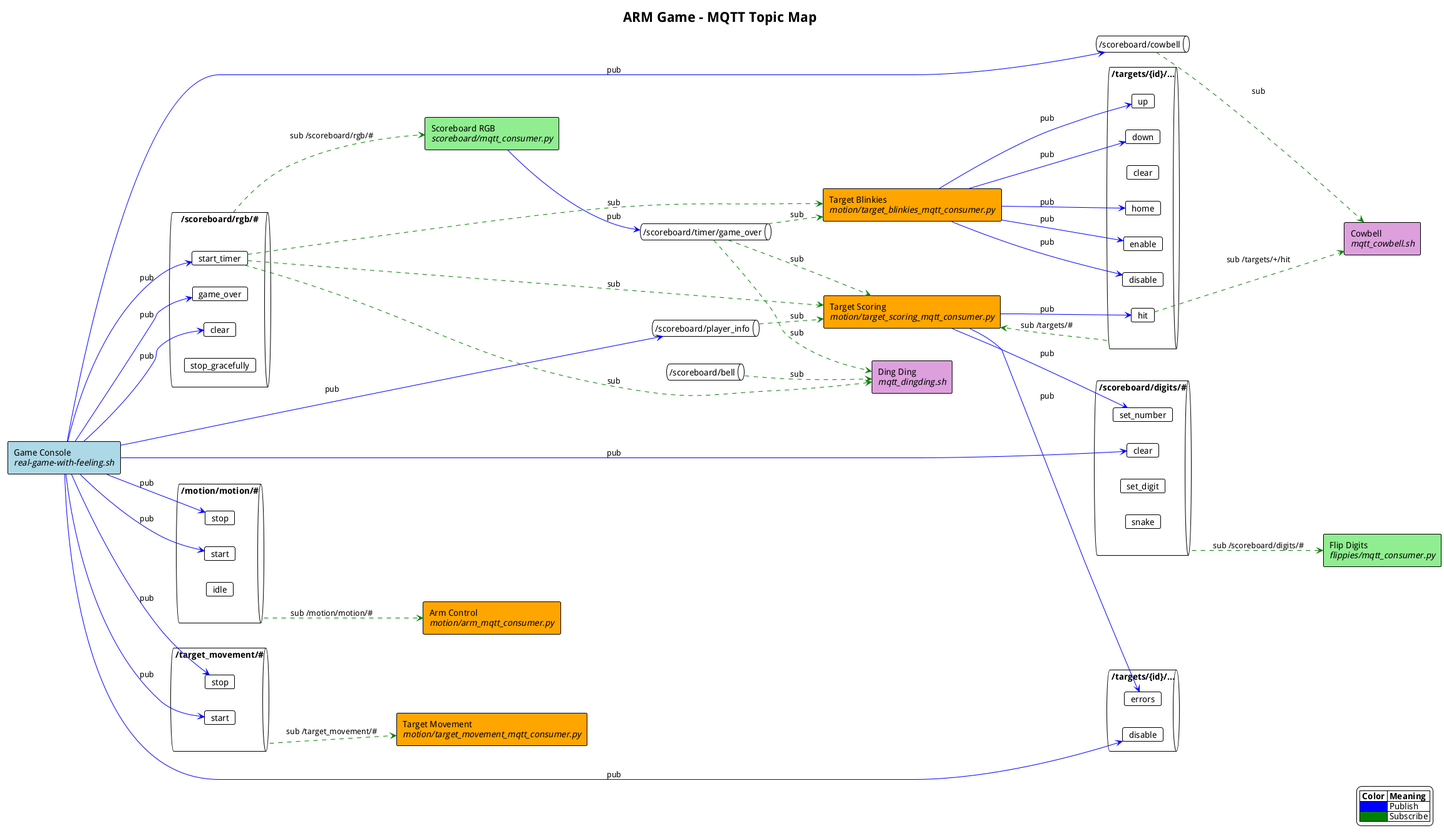
This is docs/MQTT Topic Map.png from PawprintPrototyping/arm-game, a PlantUML export, as it was before one commit.
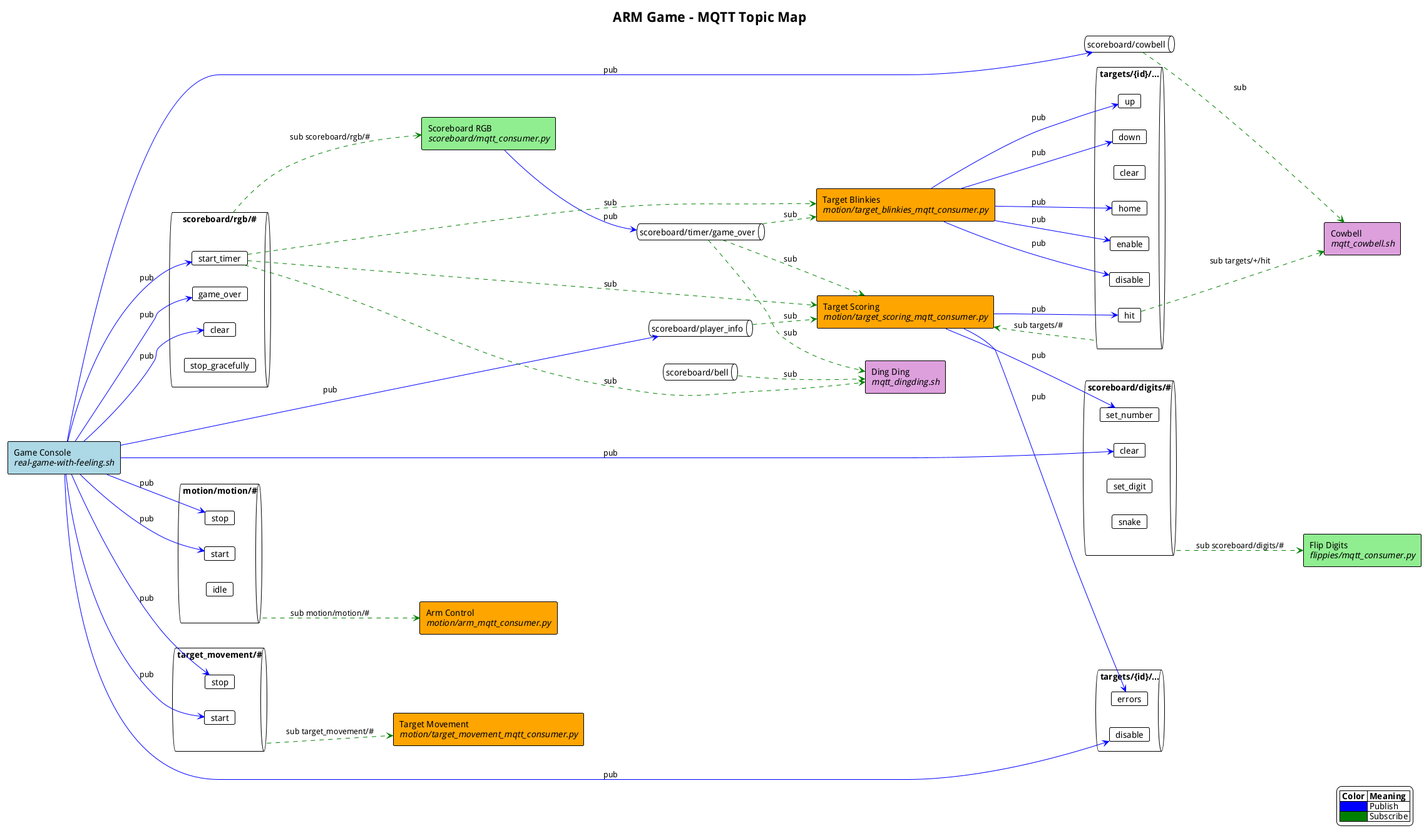
The same file after the commit.

Commit message:
Generate PNGs for PlantUML diagrams

Diff of the diagram source:
```diff
@@ -14,38 +14,38 @@
 rectangle "Cowbell\n//mqtt_cowbell.sh//" as Cowbell #Plum
 rectangle "Ding Ding\n//mqtt_dingding.sh//" as DingDing #Plum
 
-queue "/scoreboard/rgb/#" as rgb_topic {
+queue "scoreboard/rgb/#" as rgb_topic {
   card "clear" as rgb_clear
   card "start_timer" as rgb_start
   card "game_over" as rgb_gameover
   card "stop_gracefully" as rgb_stop
 }
 
-queue "/scoreboard/digits/#" as digits_topic {
+queue "scoreboard/digits/#" as digits_topic {
   card "clear" as dig_clear
   card "set_number" as dig_setnum
   card "set_digit" as dig_setdig
   card "snake" as dig_snake
 }
 
-queue "/scoreboard/timer/game_over" as timer_gameover
+queue "scoreboard/timer/game_over" as timer_gameover
 
-queue "/scoreboard/player_info" as player_info
-queue "/scoreboard/cowbell" as cowbell_topic
-queue "/scoreboard/bell" as bell_topic
+queue "scoreboard/player_info" as player_info
+queue "scoreboard/cowbell" as cowbell_topic
+queue "scoreboard/bell" as bell_topic
 
-queue "/motion/motion/#" as motion_topic {
+queue "motion/motion/#" as motion_topic {
   card "start" as mot_start
   card "stop" as mot_stop
   card "idle" as mot_idle
 }
 
-queue "/target_movement/#" as tgtmov_topic {
+queue "target_movement/#" as tgtmov_topic {
   card "start" as tm_start
   card "stop" as tm_stop
 }
 
-queue "/targets/{id}/..." as targets_topic {
+queue "targets/{id}/..." as targets_topic {
   card "enable" as tgt_enable
   card "disable" as tgt_disable
   card "clear" as tgt_clear
@@ -55,7 +55,7 @@
   card "hit" as tgt_hit
 }
 
-queue "/targets/{id}/..." as target_single {
+queue "targets/{id}/..." as target_single {
   card "disable" as ts_disable
   card "errors" as ts_errors
 }
@@ -84,11 +84,11 @@
 Blinkies -[#blue]-> tgt_down : pub
 Blinkies -[#blue]-> tgt_home : pub
 
-rgb_topic -[#green,dashed]-> ScoreboardRGB : sub /scoreboard/rgb/#
-digits_topic -[#green,dashed]-> Flippies : sub /scoreboard/digits/#
-motion_topic -[#green,dashed]-> Arm : sub /motion/motion/#
-tgtmov_topic -[#green,dashed]-> Movement : sub /target_movement/#
-targets_topic -[#green,dashed]-> Scoring : sub /targets/#
+rgb_topic -[#green,dashed]-> ScoreboardRGB : sub scoreboard/rgb/#
+digits_topic -[#green,dashed]-> Flippies : sub scoreboard/digits/#
+motion_topic -[#green,dashed]-> Arm : sub motion/motion/#
+tgtmov_topic -[#green,dashed]-> Movement : sub target_movement/#
+targets_topic -[#green,dashed]-> Scoring : sub targets/#
 
 rgb_start -[#green,dashed]-> Blinkies : sub
 rgb_start -[#green,dashed]-> Scoring : sub
@@ -97,7 +97,7 @@
 timer_gameover -[#green,dashed]-> DingDing : sub
 player_info -[#green,dashed]-> Scoring : sub
 
-tgt_hit -[#green,dashed]-> Cowbell : sub /targets/+/hit
+tgt_hit -[#green,dashed]-> Cowbell : sub targets/+/hit
 cowbell_topic -[#green,dashed]-> Cowbell : sub
 bell_topic -[#green,dashed]-> DingDing : sub
 rgb_start -[#green,dashed]-> DingDing : sub
```
